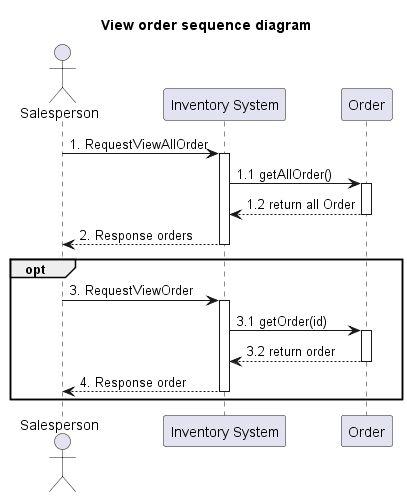
The PlantUML diagram out/system-analysis/sequence/_4_1_sequence-view-order/_4_1_sequence-view-order.png in billowdev/inventory-system-plantuml-sequelize-seeder-example, before a commit.
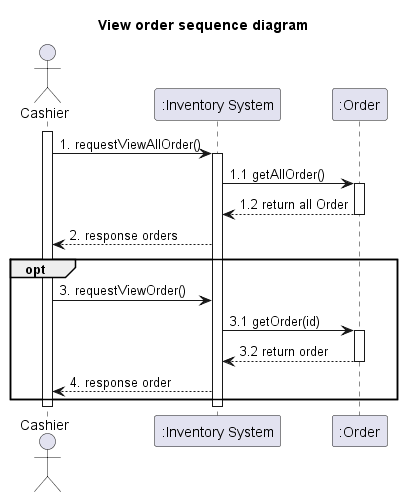
Above is the later version.

Change to the diagram source:
```diff
@@ -1,11 +1,13 @@
 @startuml
 title View order sequence diagram
 
-actor Salesperson as actorSalesperson
-participant "Inventory System" as InventorySystem
-participant "Order" as classOrder
+actor Cashier as actorCashier
+participant ":Inventory System" as InventorySystem
+participant ":Order" as classOrder
 
-actorSalesperson -> InventorySystem: 1. RequestViewAllOrder
+activate actorCashier
+
+actorCashier -> InventorySystem: 1. requestViewAllOrder()
 activate InventorySystem
 
 InventorySystem -> classOrder: 1.1 getAllOrder()
@@ -15,15 +17,13 @@
 deactivate classOrder
 
 
+InventorySystem --> actorCashier : 2. response orders
 
-InventorySystem --> actorSalesperson : 2. Response orders
-
-deactivate InventorySystem
 
 
 opt
-actorSalesperson -> InventorySystem: 3. RequestViewOrder
-activate InventorySystem
+actorCashier -> InventorySystem: 3. requestViewOrder()
+
 
 InventorySystem -> classOrder: 3.1 getOrder(id)
 activate classOrder
@@ -33,12 +33,12 @@
 
 
 
-InventorySystem --> actorSalesperson : 4. Response order
+InventorySystem --> actorCashier : 4. response order
 
+end
 deactivate InventorySystem
-end
 
-
+deactivate actorCashier
 
 
 
```
